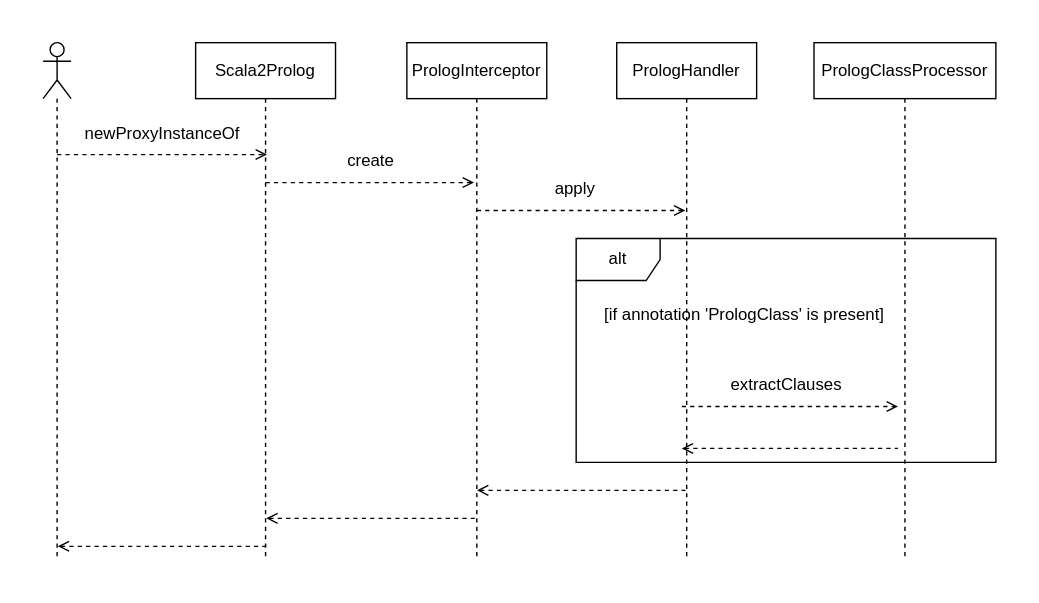
Earlier version of the draw.io export docs/img/S2P_UML_sequence_diagram-proxy-creation.drawio.svg (MarcoFontana48/PPS-23-Scala2Prolog). Source tidied: cells renumbered, new cells last; positions are measured from the earlier drawing's top-left corner, leaving out a move shared by most shapes.
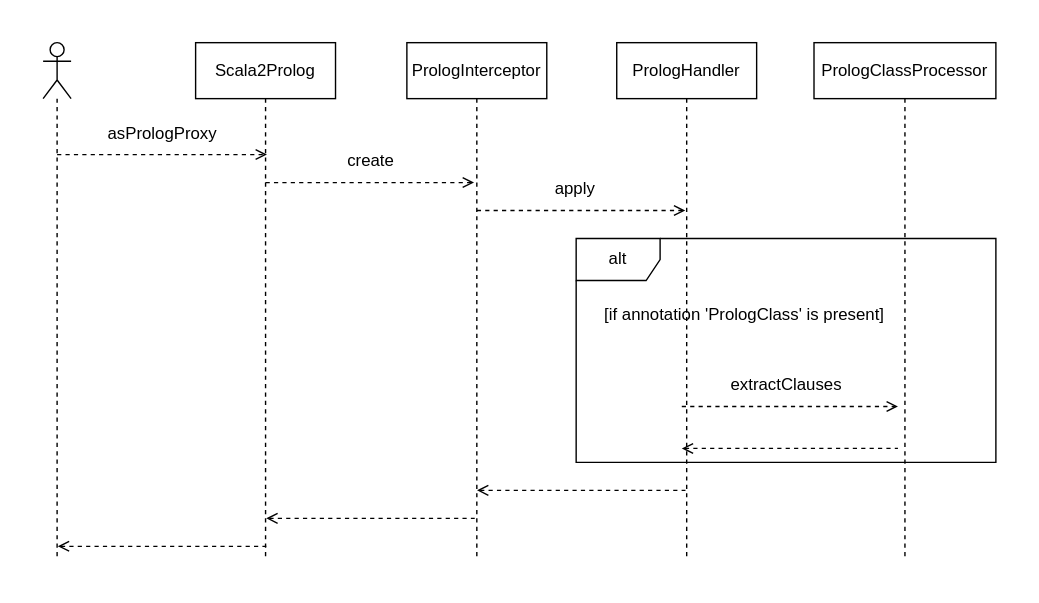
After the change.

Commit message:
docs: updated img to match new optimizations

Diff of the diagram source:
```diff
@@ -26,8 +26,8 @@
         <mxPoint x="159.5" y="360" as="targetPoint" />
       </mxGeometry>
     </mxCell>
-    <mxCell id="8" value="newProxyInstanceOf" style="text;html=1;align=center;verticalAlign=middle;strokeColor=none;fillColor=none;" parent="1" vertex="1">
-      <mxGeometry x="20" y="50" width="130" height="30" as="geometry" />
+    <mxCell id="8" value="asPrologProxy" style="text;html=1;align=center;verticalAlign=middle;strokeColor=none;fillColor=none;" parent="1" vertex="1">
+      <mxGeometry x="35" y="50" width="100" height="30" as="geometry" />
     </mxCell>
     <mxCell id="9" style="edgeStyle=orthogonalEdgeStyle;rounded=0;orthogonalLoop=1;jettySize=auto;html=1;curved=0;endArrow=none;endFill=0;startArrow=open;startFill=0;dashed=1;" parent="1" edge="1">
       <mxGeometry relative="1" as="geometry">
```
